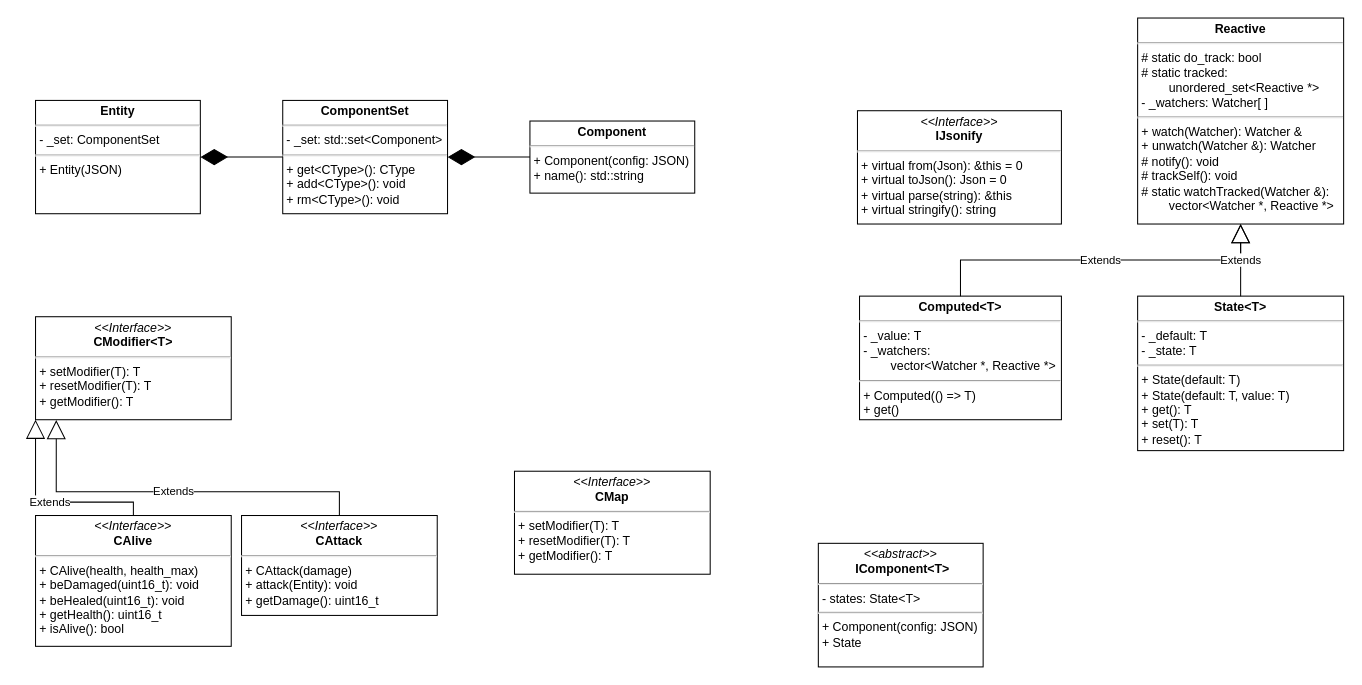
Before: uml.drawio in vSEK1RO/nekomancer, a draw.io diagram. Source tidied: cells renumbered, new cells numbered last; positions are measured from the earlier drawing's top-left corner, leaving out a move shared by most shapes. Both pictures are drawn from the tidied source at 103%, with x=0, y=0 at pixel (35, 18).
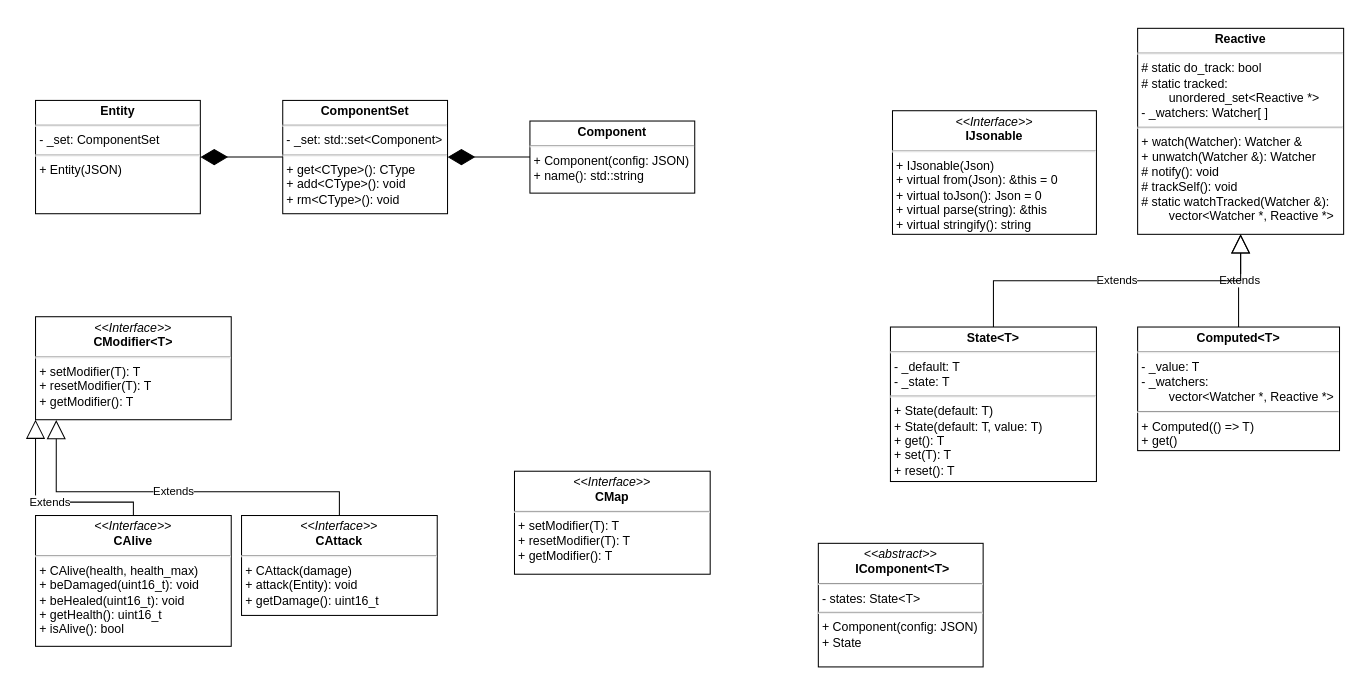
The same page after the edit.

Commit message (it also covers changes not shown here):
feat(Json): concepts; mv(IJsonify -> IJsonable)

Change to the diagram source:
```diff
@@
     <mxCell id="14" value="&lt;p style=&quot;margin:0px;margin-top:4px;text-align:center;&quot;&gt;&lt;b&gt;Computed&amp;lt;T&amp;gt;&lt;/b&gt;&lt;/p&gt;&lt;hr&gt;&lt;p style=&quot;margin:0px;margin-left:4px;&quot;&gt;&lt;span style=&quot;background-color: initial;&quot;&gt;- _value: T&lt;/span&gt;&lt;/p&gt;&lt;p style=&quot;margin:0px;margin-left:4px;&quot;&gt;&lt;span style=&quot;background-color: initial;&quot;&gt;- _watchers:&lt;/span&gt;&lt;/p&gt;&lt;p style=&quot;margin:0px;margin-left:4px;&quot;&gt;&lt;span style=&quot;background-color: initial;&quot;&gt;&lt;span style=&quot;white-space: pre;&quot;&gt;&#9;&lt;/span&gt;vector&amp;lt;Watcher *, Reactive *&amp;gt;&lt;/span&gt;&lt;/p&gt;&lt;hr&gt;&lt;p style=&quot;margin:0px;margin-left:4px;&quot;&gt;&lt;span style=&quot;background-color: initial;&quot;&gt;+ Computed(() =&amp;gt; T)&lt;/span&gt;&lt;/p&gt;&lt;p style=&quot;margin:0px;margin-left:4px;&quot;&gt;&lt;span style=&quot;background-color: initial;&quot;&gt;+ get()&lt;/span&gt;&lt;/p&gt;" style="verticalAlign=top;align=left;overflow=fill;html=1;whiteSpace=wrap;" parent="1" vertex="1">
-      <mxGeometry x="800" y="270" width="196" height="120" as="geometry" />
+      <mxGeometry x="1070" y="300" width="196" height="120" as="geometry" />
     </mxCell>
     <mxCell id="15" value="&lt;p style=&quot;margin:0px;margin-top:4px;text-align:center;&quot;&gt;&lt;b&gt;Reactive&lt;/b&gt;&lt;/p&gt;&lt;hr&gt;&lt;p style=&quot;margin: 0px 0px 0px 4px;&quot;&gt;# static do_track: bool&lt;/p&gt;&lt;p style=&quot;margin: 0px 0px 0px 4px;&quot;&gt;# static tracked: &lt;span style=&quot;white-space: pre;&quot;&gt;&#9;&lt;/span&gt;unordered_set&amp;lt;Reactive *&amp;gt;&lt;/p&gt;&lt;p style=&quot;margin: 0px 0px 0px 4px;&quot;&gt;- _watchers: Watcher[ ]&lt;/p&gt;&lt;hr&gt;&lt;p style=&quot;margin: 0px 0px 0px 4px;&quot;&gt;+ watch(Watcher): Watcher &amp;amp;&lt;/p&gt;&lt;p style=&quot;margin: 0px 0px 0px 4px;&quot;&gt;+ unwatch(Watcher &amp;amp;): Watcher&lt;/p&gt;&lt;p style=&quot;margin: 0px 0px 0px 4px;&quot;&gt;# notify(): void&lt;/p&gt;&lt;p style=&quot;margin: 0px 0px 0px 4px;&quot;&gt;# trackSelf(): void&lt;/p&gt;&lt;p style=&quot;margin: 0px 0px 0px 4px;&quot;&gt;# static watchTracked(Watcher &amp;amp;): &lt;span style=&quot;white-space: pre;&quot;&gt;&#9;&lt;/span&gt;vector&amp;lt;Watcher *, Reactive *&amp;gt;&lt;/p&gt;" style="verticalAlign=top;align=left;overflow=fill;html=1;whiteSpace=wrap;" parent="1" vertex="1">
-      <mxGeometry x="1070" width="200" height="200" as="geometry" />
+      <mxGeometry x="1070" y="10" width="200" height="200" as="geometry" />
     </mxCell>
     <mxCell id="16" value="&lt;p style=&quot;margin:0px;margin-top:4px;text-align:center;&quot;&gt;&lt;b&gt;State&amp;lt;T&amp;gt;&lt;/b&gt;&lt;/p&gt;&lt;hr&gt;&lt;p style=&quot;margin: 0px 0px 0px 4px;&quot;&gt;- _default: T&lt;/p&gt;&lt;p style=&quot;margin: 0px 0px 0px 4px;&quot;&gt;- _state: T&lt;/p&gt;&lt;hr&gt;&lt;p style=&quot;margin: 0px 0px 0px 4px;&quot;&gt;&lt;span style=&quot;background-color: initial;&quot;&gt;+ State(default: T)&lt;/span&gt;&lt;/p&gt;&lt;p style=&quot;margin: 0px 0px 0px 4px;&quot;&gt;&lt;span style=&quot;background-color: initial;&quot;&gt;+ State(default: T, value: T)&lt;/span&gt;&lt;/p&gt;&lt;p style=&quot;margin: 0px 0px 0px 4px;&quot;&gt;&lt;span style=&quot;background-color: initial;&quot;&gt;+ get(): T&lt;/span&gt;&lt;/p&gt;&lt;p style=&quot;margin: 0px 0px 0px 4px;&quot;&gt;+ set(T): T&lt;/p&gt;&lt;p style=&quot;margin: 0px 0px 0px 4px;&quot;&gt;+ reset(): T&lt;/p&gt;&lt;p style=&quot;margin: 0px 0px 0px 4px;&quot;&gt;&lt;br&gt;&lt;/p&gt;" style="verticalAlign=top;align=left;overflow=fill;html=1;whiteSpace=wrap;" parent="1" vertex="1">
-      <mxGeometry x="1070" y="270" width="200" height="150" as="geometry" />
+      <mxGeometry x="830" y="300" width="200" height="150" as="geometry" />
     </mxCell>
@@
-    <mxCell id="18" value="&lt;p style=&quot;margin:0px;margin-top:4px;text-align:center;&quot;&gt;&lt;i&gt;&amp;lt;&amp;lt;Interface&amp;gt;&amp;gt;&lt;/i&gt;&lt;br&gt;&lt;b&gt;IJsonify&lt;/b&gt;&lt;/p&gt;&lt;hr&gt;&lt;p style=&quot;margin:0px;margin-left:4px;&quot;&gt;+ virtual from(Json): &amp;amp;this = 0&lt;/p&gt;&lt;p style=&quot;margin: 0px 0px 0px 4px;&quot;&gt;+ virtual toJson(): Json = 0&lt;/p&gt;&lt;p style=&quot;margin:0px;margin-left:4px;&quot;&gt;+ virtual parse(string): &amp;amp;this&lt;/p&gt;&lt;p style=&quot;margin:0px;margin-left:4px;&quot;&gt;+ virtual stringify(): string&lt;/p&gt;" style="verticalAlign=top;align=left;overflow=fill;html=1;whiteSpace=wrap;" parent="1" vertex="1">
-      <mxGeometry x="798" y="90" width="198" height="110" as="geometry" />
+    <mxCell id="18" value="&lt;p style=&quot;margin:0px;margin-top:4px;text-align:center;&quot;&gt;&lt;i&gt;&amp;lt;&amp;lt;Interface&amp;gt;&amp;gt;&lt;/i&gt;&lt;br&gt;&lt;b&gt;IJsonable&lt;/b&gt;&lt;/p&gt;&lt;hr&gt;&lt;p style=&quot;margin:0px;margin-left:4px;&quot;&gt;+ IJsonable(Json)&lt;/p&gt;&lt;p style=&quot;margin:0px;margin-left:4px;&quot;&gt;+ virtual from(Json): &amp;amp;this = 0&lt;/p&gt;&lt;p style=&quot;margin: 0px 0px 0px 4px;&quot;&gt;+ virtual toJson(): Json = 0&lt;/p&gt;&lt;p style=&quot;margin:0px;margin-left:4px;&quot;&gt;+ virtual parse(string): &amp;amp;this&lt;/p&gt;&lt;p style=&quot;margin:0px;margin-left:4px;&quot;&gt;+ virtual stringify(): string&lt;/p&gt;" style="verticalAlign=top;align=left;overflow=fill;html=1;whiteSpace=wrap;" parent="1" vertex="1">
+      <mxGeometry x="832" y="90" width="198" height="120" as="geometry" />
     </mxCell>
```
